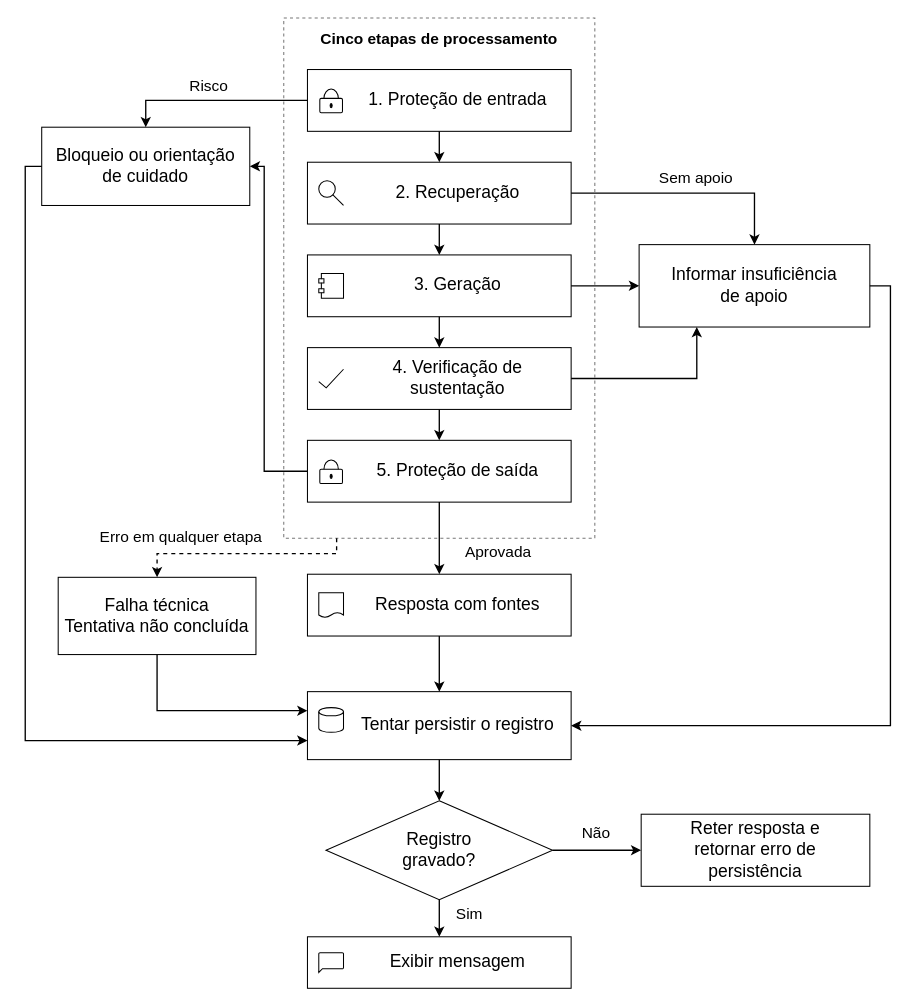
The draw.io diagram page "05 Processamento de uma pergunta" (5 of 7) of diagramas/drawio/GuardKids_7_diagramas_com_simbolos.drawio in devfellsp/TCC-GUARDRAILS-FOR-CHILDREN-, before the edit. Source tidied: cells renumbered, new cells numbered last; positions are measured from the earlier drawing's top-left corner, leaving out a move shared by most shapes. Both pictures are drawn from the tidied source at 103%, with x=0, y=0 at pixel (25, 18).
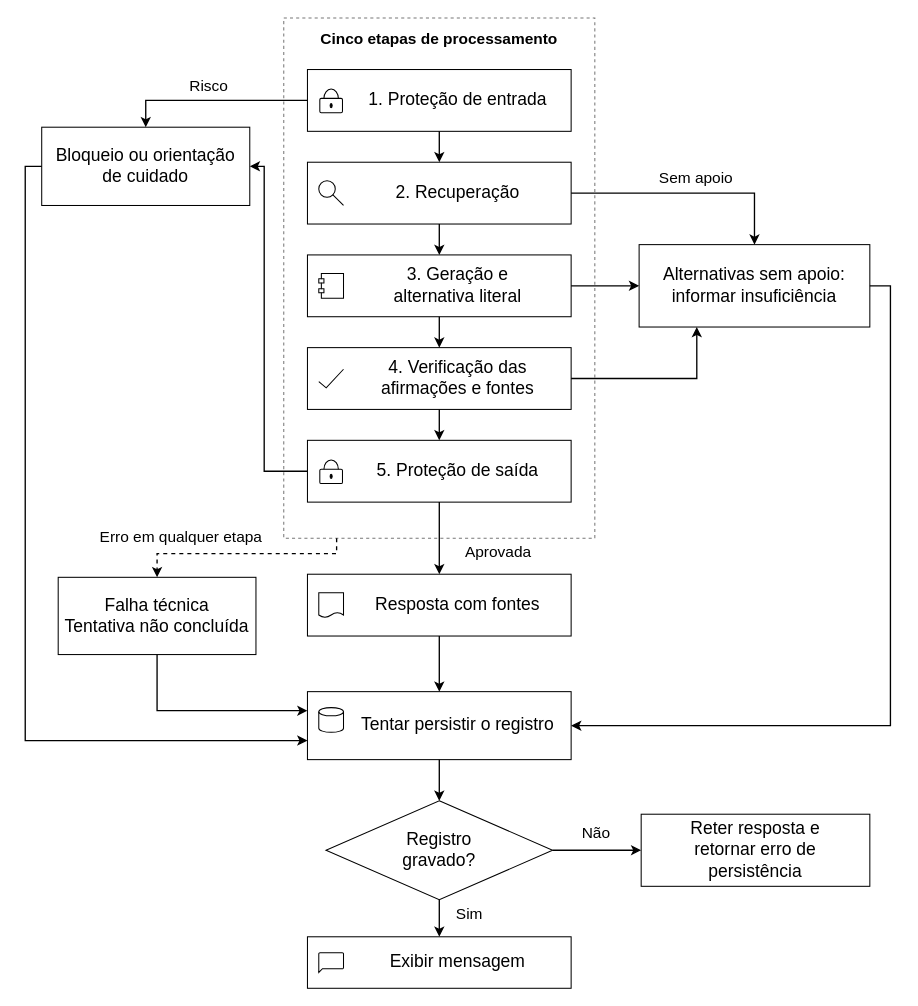
The same diagram, later.

Unchanged cells that the change refers to:
```xml
<mxCell id="2" value="Cinco etapas de processamento" style="rounded=0;whiteSpace=wrap;html=1;fontFamily=Arial;fontSize=15;fontStyle=1;verticalAlign=top;spacingTop=5;fillColor=none;strokeColor=#777777;dashed=1;" parent="1" vertex="1">
  <mxGeometry x="251" width="302" height="505" as="geometry" />
</mxCell>
```

The edit, as a diff of the source:
```diff
@@
-    <mxCell id="5" value="3. Geração" style="rounded=0;whiteSpace=wrap;html=1;fontFamily=Arial;fontSize=14;strokeColor=#000000;fillColor=#FFFFFF;shadow=0;strokeWidth=1;fontSize=14;fontStyle=0;spacingLeft=44;spacingRight=8;fontSize=17;" parent="2" vertex="1">
+    <mxCell id="5" value="3. Geração e&lt;br&gt;alternativa literal" style="rounded=0;whiteSpace=wrap;html=1;fontFamily=Arial;fontSize=14;strokeColor=#000000;fillColor=#FFFFFF;shadow=0;strokeWidth=1;fontSize=14;fontStyle=0;spacingLeft=44;spacingRight=8;fontSize=17;" parent="2" vertex="1">
       <mxGeometry x="23" y="230" width="256" height="60" as="geometry" />
     </mxCell>
-    <mxCell id="6" value="4. Verificação de sustentação" style="rounded=0;whiteSpace=wrap;html=1;fontFamily=Arial;fontSize=14;strokeColor=#000000;fillColor=#FFFFFF;shadow=0;strokeWidth=1;fontSize=14;fontStyle=0;spacingLeft=44;spacingRight=8;fontSize=17;" parent="2" vertex="1">
+    <mxCell id="6" value="4. Verificação das&lt;br&gt;afirmações e fontes" style="rounded=0;whiteSpace=wrap;html=1;fontFamily=Arial;fontSize=14;strokeColor=#000000;fillColor=#FFFFFF;shadow=0;strokeWidth=1;fontSize=14;fontStyle=0;spacingLeft=44;spacingRight=8;fontSize=17;" parent="2" vertex="1">
       <mxGeometry x="23" y="320" width="256" height="60" as="geometry" />
     </mxCell>
@@
-    <mxCell id="9" value="Informar insuficiência&lt;br&gt;de apoio" style="rounded=0;whiteSpace=wrap;html=1;fontFamily=Arial;fontSize=14;strokeColor=#000000;fillColor=#FFFFFF;shadow=0;strokeWidth=1;fontSize=14;fontStyle=0;fontSize=17;" parent="1" vertex="1">
+    <mxCell id="9" value="Alternativas sem apoio:&lt;br&gt;informar insuficiência" style="rounded=0;whiteSpace=wrap;html=1;fontFamily=Arial;fontSize=14;strokeColor=#000000;fillColor=#FFFFFF;shadow=0;strokeWidth=1;fontSize=14;fontStyle=0;fontSize=17;" parent="1" vertex="1">
       <mxGeometry x="596" y="220" width="224" height="80" as="geometry" />
     </mxCell>
```
